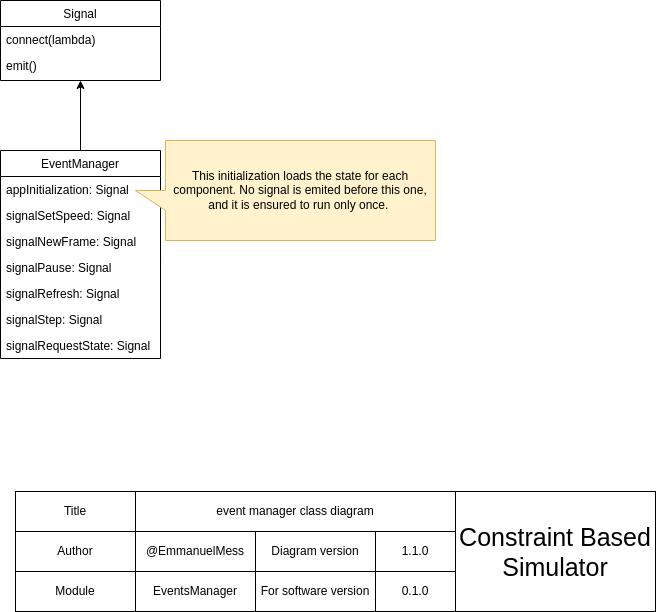
EmmanuelMess/ConstraintBasedSimulator keeps this draw.io diagram as design/diagrams/class/event manager class diagram.png. Above is the earlier version. Source tidied: cells renumbered, new cells last; positions are measured from the earlier drawing's top-left corner, leaving out a move shared by most shapes.
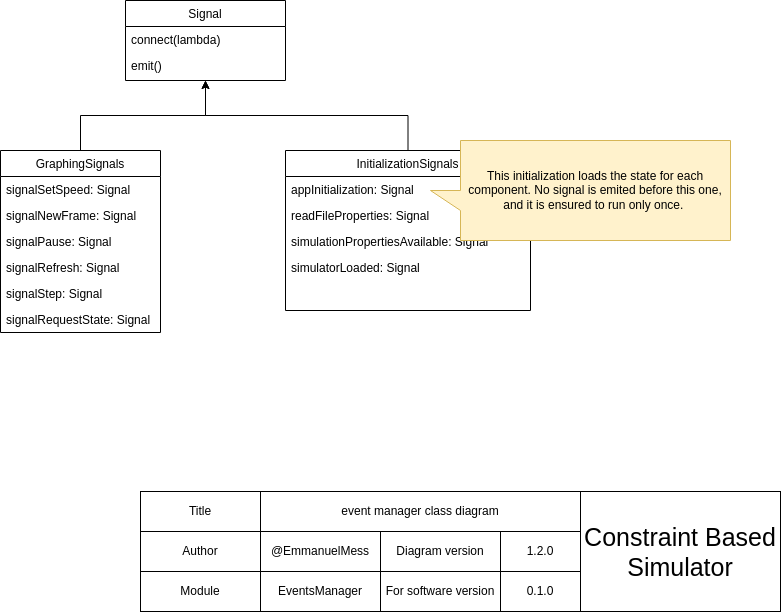
The same diagram one commit later.

What changed in the source:
```diff
@@ -2,29 +2,26 @@
   <root>
     <mxCell id="0" />
     <mxCell id="1" parent="0" />
-    <mxCell id="2" value="EventManager" style="swimlane;fontStyle=0;align=center;verticalAlign=top;horizontal=1;startSize=26;rounded=0;shadow=0;strokeWidth=1;" parent="1" vertex="1">
-      <mxGeometry y="150" width="160" height="208" as="geometry" />
+    <mxCell id="2" value="GraphingSignals" style="swimlane;fontStyle=0;align=center;verticalAlign=top;horizontal=1;startSize=26;rounded=0;shadow=0;strokeWidth=1;" parent="1" vertex="1">
+      <mxGeometry x="-125" y="150" width="160" height="182" as="geometry" />
     </mxCell>
-    <mxCell id="3" value="appInitialization: Signal" style="text;align=left;verticalAlign=top;spacingLeft=4;spacingRight=4;overflow=hidden;" parent="2" vertex="1">
-      <mxGeometry y="26" width="160" height="26" as="geometry" />
-    </mxCell>
     <mxCell id="4" value="signalSetSpeed: Signal" style="text;align=left;verticalAlign=top;spacingLeft=4;spacingRight=4;overflow=hidden;" parent="2" vertex="1">
-      <mxGeometry y="52" width="160" height="26" as="geometry" />
+      <mxGeometry y="26" width="160" height="26" as="geometry" />
     </mxCell>
     <mxCell id="5" value="signalNewFrame: Signal" style="text;align=left;verticalAlign=top;spacingLeft=4;spacingRight=4;overflow=hidden;" parent="2" vertex="1">
-      <mxGeometry y="78" width="160" height="26" as="geometry" />
+      <mxGeometry y="52" width="160" height="26" as="geometry" />
     </mxCell>
     <mxCell id="6" value="signalPause: Signal" style="text;align=left;verticalAlign=top;spacingLeft=4;spacingRight=4;overflow=hidden;" parent="2" vertex="1">
-      <mxGeometry y="104" width="160" height="26" as="geometry" />
+      <mxGeometry y="78" width="160" height="26" as="geometry" />
     </mxCell>
     <mxCell id="7" value="signalRefresh: Signal" style="text;align=left;verticalAlign=top;spacingLeft=4;spacingRight=4;overflow=hidden;" parent="2" vertex="1">
-      <mxGeometry y="130" width="160" height="26" as="geometry" />
+      <mxGeometry y="104" width="160" height="26" as="geometry" />
     </mxCell>
     <mxCell id="8" value="signalStep: Signal" style="text;align=left;verticalAlign=top;spacingLeft=4;spacingRight=4;overflow=hidden;" parent="2" vertex="1">
-      <mxGeometry y="156" width="160" height="26" as="geometry" />
+      <mxGeometry y="130" width="160" height="26" as="geometry" />
     </mxCell>
     <mxCell id="9" value="signalRequestState: Signal" style="text;align=left;verticalAlign=top;spacingLeft=4;spacingRight=4;overflow=hidden;" parent="2" vertex="1">
-      <mxGeometry y="182" width="160" height="26" as="geometry" />
+      <mxGeometry y="156" width="160" height="26" as="geometry" />
     </mxCell>
     <mxCell id="10" value="Title" style="rounded=0;whiteSpace=wrap;html=1;" parent="1" vertex="1">
       <mxGeometry x="15" y="491" width="120" height="40" as="geometry" />
@@ -50,7 +47,7 @@
     <mxCell id="17" value="&lt;font style=&quot;font-size: 25px;&quot;&gt;Constraint Based Simulator&lt;/font&gt;" style="rounded=0;whiteSpace=wrap;html=1;" parent="1" vertex="1">
       <mxGeometry x="455" y="491" width="200" height="120" as="geometry" />
     </mxCell>
-    <mxCell id="18" value="1.1.0" style="rounded=0;whiteSpace=wrap;html=1;" parent="1" vertex="1">
+    <mxCell id="18" value="1.2.0" style="rounded=0;whiteSpace=wrap;html=1;" parent="1" vertex="1">
       <mxGeometry x="375" y="531" width="80" height="40" as="geometry" />
     </mxCell>
     <mxCell id="19" value="For software version" style="rounded=0;whiteSpace=wrap;html=1;" parent="1" vertex="1">
@@ -71,8 +68,26 @@
     <mxCell id="24" style="edgeStyle=orthogonalEdgeStyle;rounded=0;jettySize=auto;html=1;" parent="1" edge="1" source="2" target="21">
       <mxGeometry relative="1" as="geometry" />
     </mxCell>
+    <mxCell id="26" value="InitializationSignals" style="swimlane;fontStyle=0;align=center;verticalAlign=top;horizontal=1;startSize=26;rounded=0;shadow=0;strokeWidth=1;" parent="1" vertex="1">
+      <mxGeometry x="160" y="150" width="245" height="160" as="geometry" />
+    </mxCell>
+    <mxCell id="3" value="appInitialization: Signal" style="text;align=left;verticalAlign=top;spacingLeft=4;spacingRight=4;overflow=hidden;" parent="26" vertex="1">
+      <mxGeometry y="26" width="245" height="26" as="geometry" />
+    </mxCell>
+    <mxCell id="27" value="readFileProperties: Signal" style="text;align=left;verticalAlign=top;spacingLeft=4;spacingRight=4;overflow=hidden;" parent="26" vertex="1">
+      <mxGeometry y="52" width="245" height="26" as="geometry" />
+    </mxCell>
+    <mxCell id="28" value="simulationPropertiesAvailable: Signal" style="text;align=left;verticalAlign=top;spacingLeft=4;spacingRight=4;overflow=hidden;" parent="26" vertex="1">
+      <mxGeometry y="78" width="245" height="26" as="geometry" />
+    </mxCell>
+    <mxCell id="29" value="simulatorLoaded: Signal" style="text;align=left;verticalAlign=top;spacingLeft=4;spacingRight=4;overflow=hidden;" parent="26" vertex="1">
+      <mxGeometry y="104" width="245" height="26" as="geometry" />
+    </mxCell>
+    <mxCell id="30" style="edgeStyle=orthogonalEdgeStyle;rounded=0;jettySize=auto;html=1;" parent="1" edge="1" source="26" target="21">
+      <mxGeometry relative="1" as="geometry" />
+    </mxCell>
     <mxCell id="25" value="This initialization loads the state for each component. No signal is emited before this one, and it is ensured to run only once.&amp;nbsp;" style="shape=callout;whiteSpace=wrap;html=1;perimeter=calloutPerimeter;direction=south;fillColor=#fff2cc;strokeColor=#d6b656;" parent="1" vertex="1">
-      <mxGeometry x="135" y="140" width="300" height="100" as="geometry" />
+      <mxGeometry x="305" y="140" width="300" height="100" as="geometry" />
     </mxCell>
   </root>
 </mxGraphModel>
```
